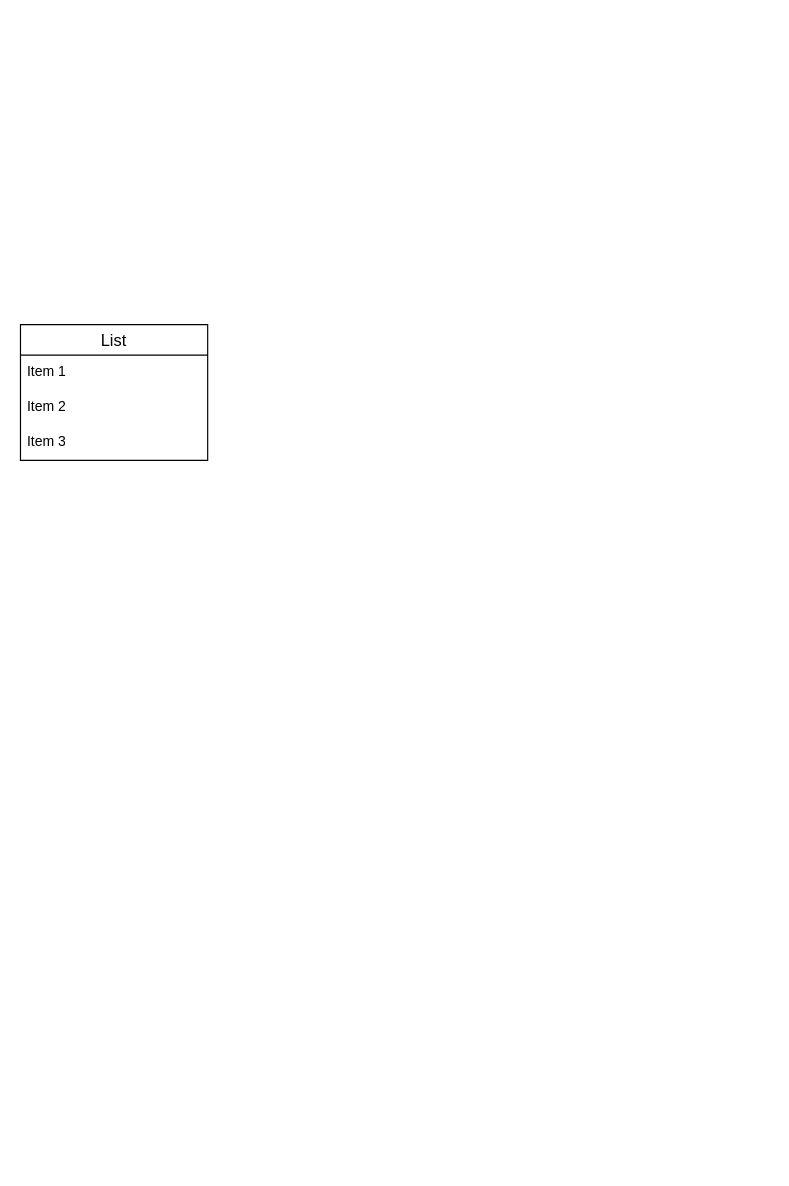
Before: AmbienteDados.drawio in SamuelKopf/Diagramas, a draw.io diagram. Source tidied: cells renumbered, new cells numbered last; positions are measured from the earlier drawing's top-left corner, leaving out a move shared by most shapes. Both pictures are drawn from the tidied source at 117%, with x=0, y=0 at pixel (20, 324).
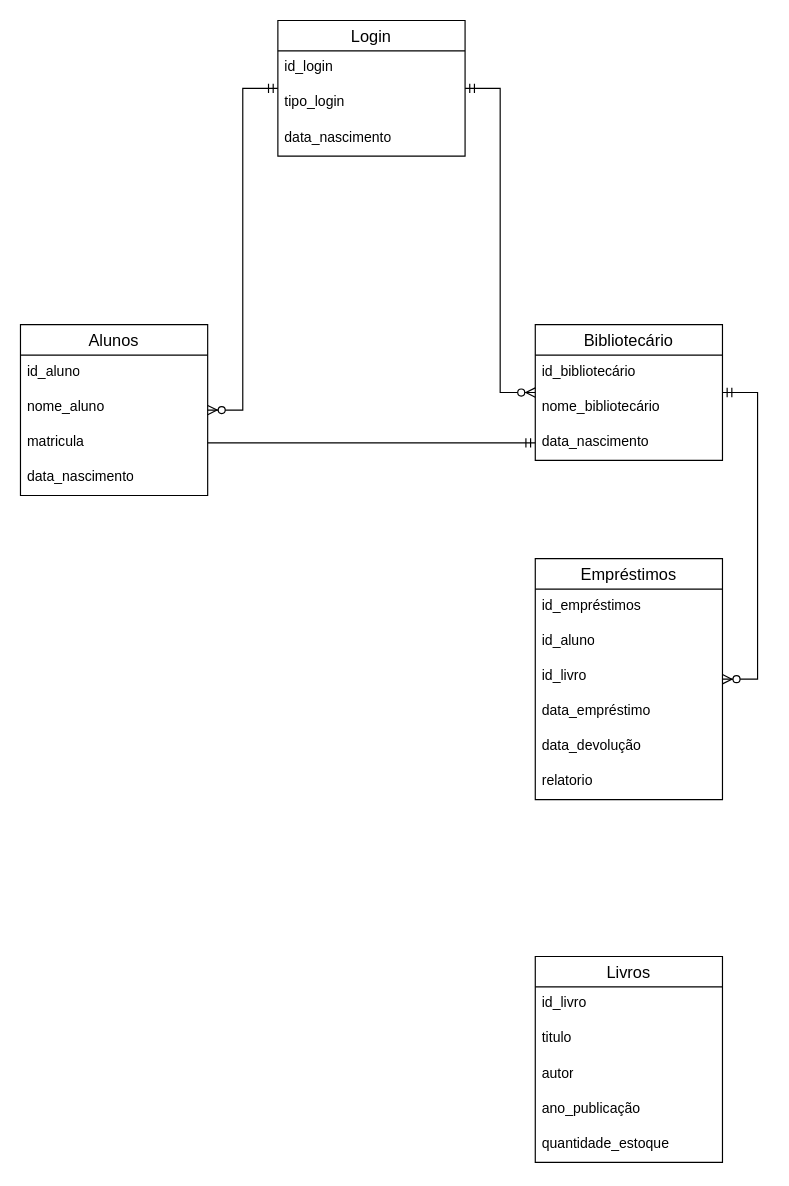
Above is the later version.

Change to the diagram source:
```diff
@@
-    <mxCell id="2" value="List" style="swimlane;fontStyle=0;horizontal=1;startSize=26;align=center;fontSize=14;" parent="1" vertex="1">
-      <mxGeometry width="160" height="116" as="geometry" />
+    <mxCell id="2" value="Alunos" style="swimlane;fontStyle=0;horizontal=1;startSize=26;align=center;fontSize=14;" parent="1" vertex="1">
+      <mxGeometry width="160" height="146" as="geometry" />
     </mxCell>
-    <mxCell id="3" value="Item 1" style="text;strokeColor=none;fillColor=none;spacingLeft=4;spacingRight=4;overflow=hidden;fontSize=12;whiteSpace=wrap;html=1;" parent="2" vertex="1">
+    <mxCell id="3" value="id_aluno" style="text;strokeColor=none;fillColor=none;spacingLeft=4;spacingRight=4;overflow=hidden;fontSize=12;whiteSpace=wrap;html=1;" parent="2" vertex="1">
       <mxGeometry y="26" width="160" height="30" as="geometry" />
     </mxCell>
-    <mxCell id="4" value="Item 2" style="text;strokeColor=none;fillColor=none;spacingLeft=4;spacingRight=4;overflow=hidden;fontSize=12;whiteSpace=wrap;html=1;" parent="2" vertex="1">
+    <mxCell id="4" value="nome_aluno" style="text;strokeColor=none;fillColor=none;spacingLeft=4;spacingRight=4;overflow=hidden;fontSize=12;whiteSpace=wrap;html=1;" parent="2" vertex="1">
       <mxGeometry y="56" width="160" height="30" as="geometry" />
     </mxCell>
-    <mxCell id="5" value="Item 3" style="text;strokeColor=none;fillColor=none;spacingLeft=4;spacingRight=4;overflow=hidden;points=[[0,0.5],[1,0.5]];portConstraint=eastwest;fontSize=12;whiteSpace=wrap;html=1;" parent="2" vertex="1">
+    <mxCell id="5" value="matricula" style="text;strokeColor=none;fillColor=none;spacingLeft=4;spacingRight=4;overflow=hidden;points=[[0,0.5],[1,0.5]];portConstraint=eastwest;fontSize=12;whiteSpace=wrap;html=1;" parent="2" vertex="1">
       <mxGeometry y="86" width="160" height="30" as="geometry" />
     </mxCell>
+    <mxCell id="6" value="data_nascimento" style="text;strokeColor=none;fillColor=none;spacingLeft=4;spacingRight=4;overflow=hidden;fontSize=12;whiteSpace=wrap;html=1;" parent="2" vertex="1">
+      <mxGeometry y="116" width="160" height="30" as="geometry" />
+    </mxCell>
+    <mxCell id="7" value="Livros" style="swimlane;fontStyle=0;horizontal=1;startSize=26;align=center;fontSize=14;" parent="1" vertex="1">
+      <mxGeometry x="440" y="540" width="160" height="176" as="geometry" />
+    </mxCell>
+    <mxCell id="8" value="id_livro" style="text;strokeColor=none;fillColor=none;spacingLeft=4;spacingRight=4;overflow=hidden;fontSize=12;whiteSpace=wrap;html=1;" parent="7" vertex="1">
+      <mxGeometry y="26" width="160" height="30" as="geometry" />
+    </mxCell>
+    <mxCell id="9" value="titulo" style="text;strokeColor=none;fillColor=none;spacingLeft=4;spacingRight=4;overflow=hidden;fontSize=12;whiteSpace=wrap;html=1;" parent="7" vertex="1">
+      <mxGeometry y="56" width="160" height="30" as="geometry" />
+    </mxCell>
+    <mxCell id="10" value="autor" style="text;strokeColor=none;fillColor=none;spacingLeft=4;spacingRight=4;overflow=hidden;fontSize=12;whiteSpace=wrap;html=1;" parent="7" vertex="1">
+      <mxGeometry y="86" width="160" height="30" as="geometry" />
+    </mxCell>
+    <mxCell id="11" value="ano_publicação" style="text;strokeColor=none;fillColor=none;spacingLeft=4;spacingRight=4;overflow=hidden;fontSize=12;whiteSpace=wrap;html=1;" parent="7" vertex="1">
+      <mxGeometry y="116" width="160" height="30" as="geometry" />
+    </mxCell>
+    <mxCell id="12" value="quantidade_estoque" style="text;strokeColor=none;fillColor=none;spacingLeft=4;spacingRight=4;overflow=hidden;fontSize=12;whiteSpace=wrap;html=1;" parent="7" vertex="1">
+      <mxGeometry y="146" width="160" height="30" as="geometry" />
+    </mxCell>
+    <mxCell id="13" value="Empréstimos" style="swimlane;fontStyle=0;horizontal=1;startSize=26;align=center;fontSize=14;" parent="1" vertex="1">
+      <mxGeometry x="440" y="200" width="160" height="206" as="geometry" />
+    </mxCell>
+    <mxCell id="14" value="id_empréstimos" style="text;strokeColor=none;fillColor=none;spacingLeft=4;spacingRight=4;overflow=hidden;fontSize=12;whiteSpace=wrap;html=1;" parent="13" vertex="1">
+      <mxGeometry y="26" width="160" height="30" as="geometry" />
+    </mxCell>
+    <mxCell id="15" value="id_aluno" style="text;strokeColor=none;fillColor=none;spacingLeft=4;spacingRight=4;overflow=hidden;fontSize=12;whiteSpace=wrap;html=1;" parent="13" vertex="1">
+      <mxGeometry y="56" width="160" height="30" as="geometry" />
+    </mxCell>
+    <mxCell id="16" value="id_livro" style="text;strokeColor=none;fillColor=none;spacingLeft=4;spacingRight=4;overflow=hidden;fontSize=12;whiteSpace=wrap;html=1;" parent="13" vertex="1">
+      <mxGeometry y="86" width="160" height="30" as="geometry" />
+    </mxCell>
+    <mxCell id="17" value="data_empréstimo" style="text;strokeColor=none;fillColor=none;spacingLeft=4;spacingRight=4;overflow=hidden;fontSize=12;whiteSpace=wrap;html=1;" parent="13" vertex="1">
+      <mxGeometry y="116" width="160" height="30" as="geometry" />
+    </mxCell>
+    <mxCell id="18" value="data_devolução" style="text;strokeColor=none;fillColor=none;spacingLeft=4;spacingRight=4;overflow=hidden;fontSize=12;whiteSpace=wrap;html=1;" parent="13" vertex="1">
+      <mxGeometry y="146" width="160" height="30" as="geometry" />
+    </mxCell>
+    <mxCell id="19" value="relatorio" style="text;strokeColor=none;fillColor=none;spacingLeft=4;spacingRight=4;overflow=hidden;fontSize=12;whiteSpace=wrap;html=1;" parent="13" vertex="1">
+      <mxGeometry y="176" width="160" height="30" as="geometry" />
+    </mxCell>
+    <mxCell id="20" value="Bibliotecário" style="swimlane;fontStyle=0;horizontal=1;startSize=26;align=center;fontSize=14;" parent="1" vertex="1">
+      <mxGeometry x="440" width="160" height="116" as="geometry" />
+    </mxCell>
+    <mxCell id="21" value="id_bibliotecário" style="text;strokeColor=none;fillColor=none;spacingLeft=4;spacingRight=4;overflow=hidden;fontSize=12;whiteSpace=wrap;html=1;" parent="20" vertex="1">
+      <mxGeometry y="26" width="160" height="30" as="geometry" />
+    </mxCell>
+    <mxCell id="22" value="nome_bibliotecário" style="text;strokeColor=none;fillColor=none;spacingLeft=4;spacingRight=4;overflow=hidden;fontSize=12;whiteSpace=wrap;html=1;" parent="20" vertex="1">
+      <mxGeometry y="56" width="160" height="30" as="geometry" />
+    </mxCell>
+    <mxCell id="23" value="data_nascimento" style="text;strokeColor=none;fillColor=none;spacingLeft=4;spacingRight=4;overflow=hidden;points=[[0,0.5],[1,0.5]];portConstraint=eastwest;fontSize=12;whiteSpace=wrap;html=1;" parent="20" vertex="1">
+      <mxGeometry y="86" width="160" height="30" as="geometry" />
+    </mxCell>
+    <mxCell id="24" value="Login" style="swimlane;fontStyle=0;horizontal=1;startSize=26;align=center;fontSize=14;" parent="1" vertex="1">
+      <mxGeometry x="220" y="-260" width="160" height="116" as="geometry" />
+    </mxCell>
+    <mxCell id="25" value="id_login" style="text;strokeColor=none;fillColor=none;spacingLeft=4;spacingRight=4;overflow=hidden;fontSize=12;whiteSpace=wrap;html=1;" parent="24" vertex="1">
+      <mxGeometry y="26" width="160" height="30" as="geometry" />
+    </mxCell>
+    <mxCell id="26" value="tipo_login" style="text;strokeColor=none;fillColor=none;spacingLeft=4;spacingRight=4;overflow=hidden;fontSize=12;whiteSpace=wrap;html=1;" parent="24" vertex="1">
+      <mxGeometry y="56" width="160" height="30" as="geometry" />
+    </mxCell>
+    <mxCell id="27" value="data_nascimento" style="text;strokeColor=none;fillColor=none;spacingLeft=4;spacingRight=4;overflow=hidden;fontSize=12;whiteSpace=wrap;html=1;" parent="24" vertex="1">
+      <mxGeometry y="86" width="160" height="30" as="geometry" />
+    </mxCell>
+    <mxCell id="28" style="edgeStyle=entityRelationEdgeStyle;fontSize=12;html=1;endArrow=ERmandOne;rounded=0;exitX=1;exitY=0.5;exitDx=0;exitDy=0;entryX=0;entryY=0.5;entryDx=0;entryDy=0;" parent="1" edge="1" source="5" target="23">
+      <mxGeometry relative="1" as="geometry" />
+    </mxCell>
+    <mxCell id="29" style="edgeStyle=entityRelationEdgeStyle;fontSize=12;html=1;endArrow=ERzeroToMany;startArrow=ERmandOne;rounded=0;" parent="1" edge="1" source="24" target="2">
+      <mxGeometry relative="1" as="geometry">
+        <Array as="points">
+          <mxPoint x="190" y="53" />
+          <mxPoint x="200" y="53" />
+        </Array>
+      </mxGeometry>
+    </mxCell>
+    <mxCell id="30" style="edgeStyle=entityRelationEdgeStyle;fontSize=12;html=1;endArrow=ERzeroToMany;startArrow=ERmandOne;rounded=0;" parent="1" edge="1" source="24" target="20">
+      <mxGeometry relative="1" as="geometry" />
+    </mxCell>
+    <mxCell id="31" style="edgeStyle=entityRelationEdgeStyle;fontSize=12;html=1;endArrow=ERzeroToMany;startArrow=ERmandOne;rounded=0;" parent="1" edge="1" source="20" target="13">
+      <mxGeometry relative="1" as="geometry" />
+    </mxCell>
```
